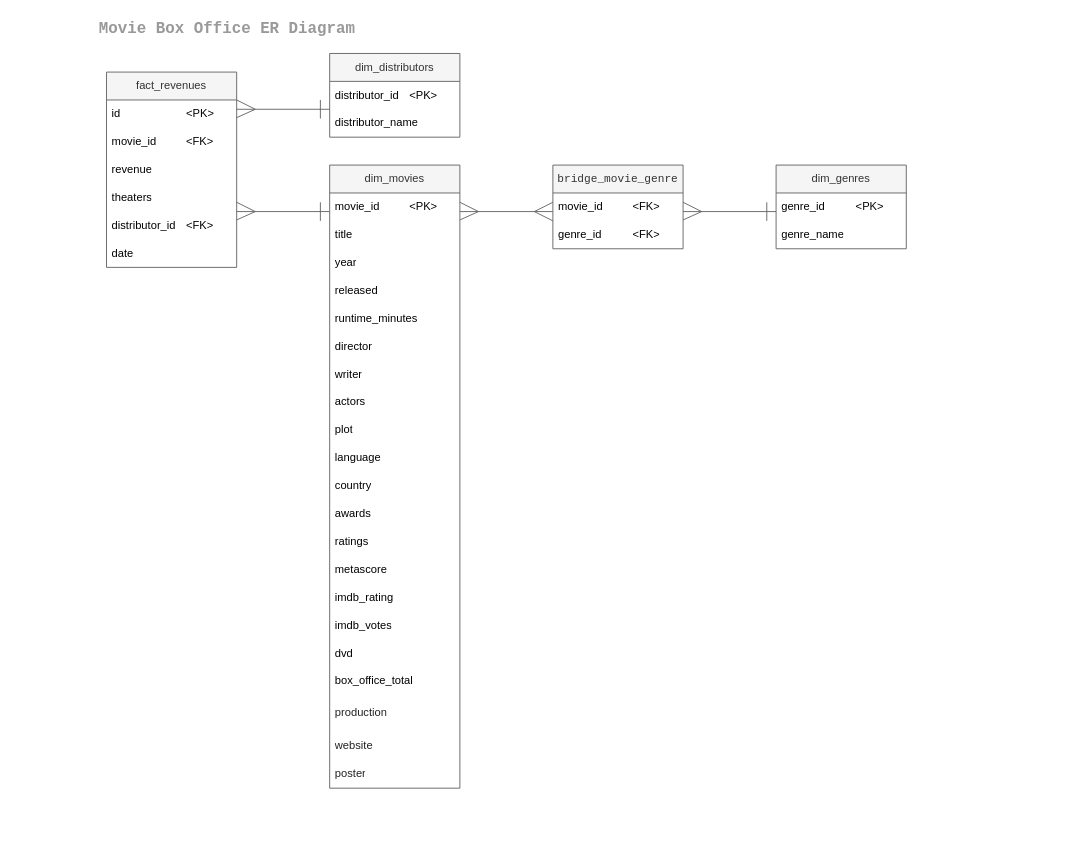
The draw.io diagram er_diagram/Movie Box Office ER Diagram.drawio in RzeznAnita/movie_box_office_project, before the edit. Source tidied: cells renumbered, new cells numbered last; positions are measured from the earlier drawing's top-left corner, leaving out a move shared by most shapes. Both pictures are drawn from the tidied source at 93%, with x=0, y=0 at pixel (16, 16).
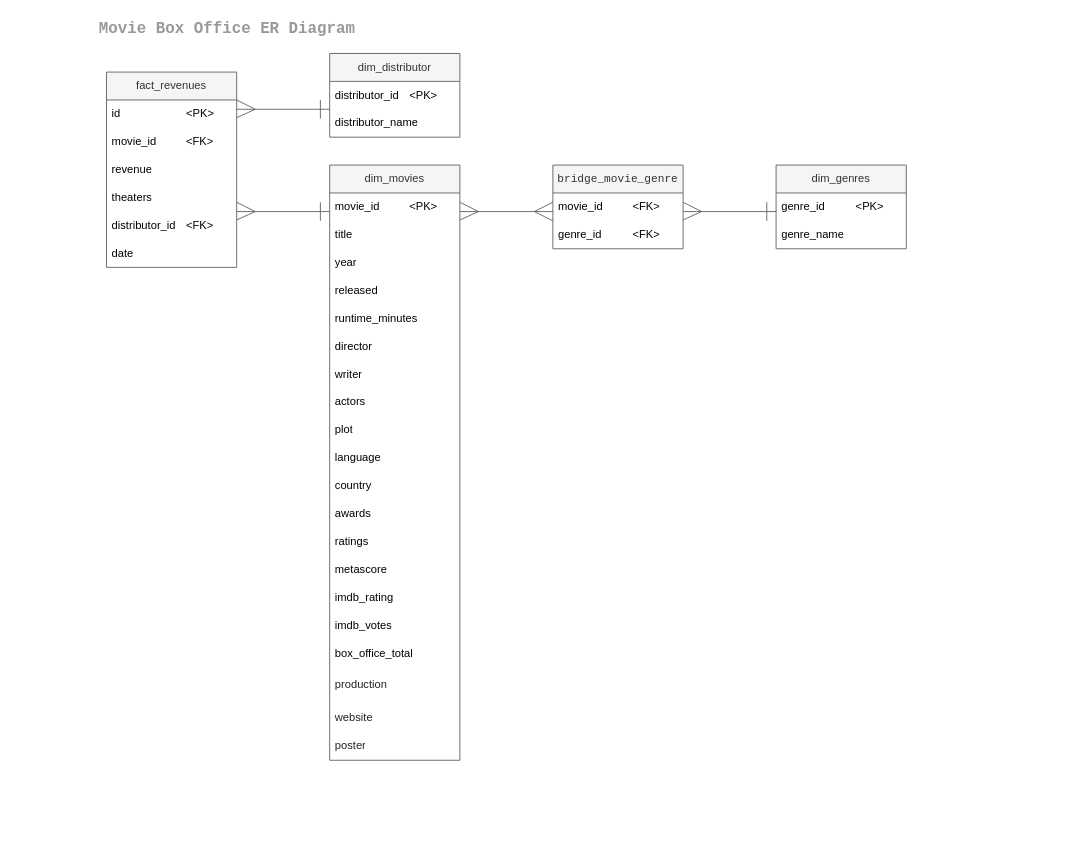
After the change.

Diff of the diagram source:
```diff
@@
     <mxCell id="10" value="dim_movies" style="swimlane;fontStyle=0;horizontal=1;startSize=30;whiteSpace=wrap;html=1;fillColor=#f5f5f5;strokeColor=#666666;fontColor=#333333;" parent="1" vertex="1">
-      <mxGeometry x="337" y="160" width="140" height="670" as="geometry" />
+      <mxGeometry x="337" y="160" width="140" height="640" as="geometry" />
     </mxCell>
@@
-    <mxCell id="27" value="dvd" style="text;strokeColor=none;fillColor=none;align=left;verticalAlign=middle;spacingLeft=4;spacingRight=4;overflow=hidden;whiteSpace=wrap;html=1;" parent="10" vertex="1">
-      <mxGeometry y="510" width="140" height="30" as="geometry" />
-    </mxCell>
     <mxCell id="28" value="box_office_total" style="text;strokeColor=none;fillColor=none;align=left;verticalAlign=middle;spacingLeft=4;spacingRight=4;overflow=hidden;whiteSpace=wrap;html=1;" parent="10" vertex="1">
-      <mxGeometry y="540" width="140" height="30" as="geometry" />
+      <mxGeometry y="510" width="140" height="30" as="geometry" />
     </mxCell>
     <mxCell id="29" value="&lt;pre style=&quot;border: none; margin: 0px; padding: 0px; overflow: auto; word-break: break-all; overflow-wrap: break-word; text-wrap-mode: wrap; line-height: 1.3077; color: rgba(0, 0, 0, 0.87); background-color: rgb(255, 255, 255);&quot;&gt;&lt;font style=&quot;font-size: 12px;&quot; face=&quot;Helvetica&quot;&gt;production&lt;/font&gt;&lt;/pre&gt;" style="text;strokeColor=none;fillColor=none;align=left;verticalAlign=middle;spacingLeft=4;spacingRight=4;overflow=hidden;whiteSpace=wrap;html=1;" parent="10" vertex="1">
-      <mxGeometry y="570" width="140" height="40" as="geometry" />
+      <mxGeometry y="540" width="140" height="40" as="geometry" />
     </mxCell>
     <mxCell id="30" value="&lt;pre style=&quot;border: none; margin: 0px; padding: 0px; overflow: auto; word-break: break-all; overflow-wrap: break-word; text-wrap-mode: wrap; line-height: 1.3077; color: rgba(0, 0, 0, 0.87); background-color: rgb(255, 255, 255);&quot;&gt;&lt;font style=&quot;font-size: 12px;&quot; face=&quot;Helvetica&quot;&gt;website&lt;/font&gt;&lt;/pre&gt;" style="text;strokeColor=none;fillColor=none;align=left;verticalAlign=middle;spacingLeft=4;spacingRight=4;overflow=hidden;whiteSpace=wrap;html=1;" parent="10" vertex="1">
-      <mxGeometry y="610" width="140" height="30" as="geometry" />
+      <mxGeometry y="580" width="140" height="30" as="geometry" />
     </mxCell>
     <mxCell id="31" value="&lt;pre style=&quot;border: none; margin: 0px; padding: 0px; overflow: auto; word-break: break-all; overflow-wrap: break-word; text-wrap-mode: wrap; line-height: 1.3077; color: rgba(0, 0, 0, 0.87); background-color: rgb(255, 255, 255);&quot;&gt;&lt;pre style=&quot;border: none; margin: 0px; padding: 0px; overflow: auto; word-break: break-all; overflow-wrap: break-word; text-wrap-mode: wrap; line-height: 1.3077; color: rgba(0, 0, 0, 0.87); background-color: rgb(255, 255, 255);&quot;&gt;&lt;font style=&quot;font-size: 12px;&quot; face=&quot;Helvetica&quot;&gt;poster&lt;/font&gt;&lt;/pre&gt;&lt;/pre&gt;" style="text;strokeColor=none;fillColor=none;align=left;verticalAlign=middle;spacingLeft=4;spacingRight=4;overflow=hidden;whiteSpace=wrap;html=1;" parent="10" vertex="1">
-      <mxGeometry y="640" width="140" height="30" as="geometry" />
+      <mxGeometry y="610" width="140" height="30" as="geometry" />
     </mxCell>
-    <mxCell id="32" value="dim_distributors" style="swimlane;fontStyle=0;horizontal=1;startSize=30;whiteSpace=wrap;html=1;fillColor=#f5f5f5;strokeColor=#666666;fontColor=#333333;" parent="1" vertex="1">
+    <mxCell id="32" value="dim_distributor" style="swimlane;fontStyle=0;horizontal=1;startSize=30;whiteSpace=wrap;html=1;fillColor=#f5f5f5;strokeColor=#666666;fontColor=#333333;" parent="1" vertex="1">
       <mxGeometry x="337" y="40" width="140" height="90" as="geometry" />
     </mxCell>
```
